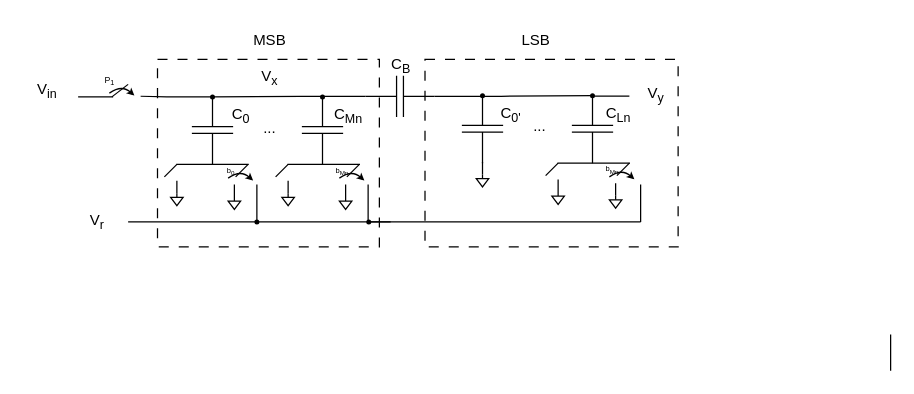
MartimAgostinho/CS-Lab1 keeps this draw.io diagram as page "Page-2" (2 of 4) of Report/Drawio/DAC.drawio. Above is the earlier version. Source tidied: cells renumbered, new cells numbered last; positions are measured from the earlier drawing's top-left corner, leaving out a move shared by most shapes. Both pictures are drawn from the tidied source at 125%, with x=0, y=0 at pixel (21, 21).
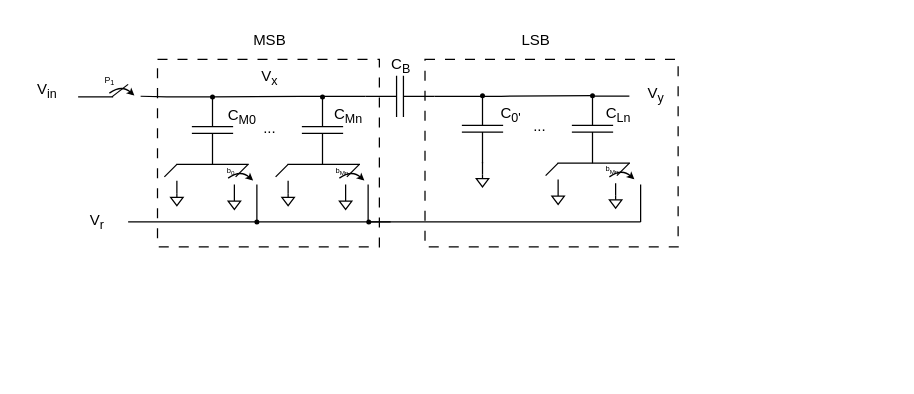
The same diagram, later.

The edit, as a diff of the source:
```diff
@@
-    <mxCell id="5" value="&lt;div&gt;C&lt;sub&gt;0&lt;/sub&gt;&lt;/div&gt;" style="text;html=1;align=center;verticalAlign=middle;strokeColor=none;fillColor=none;" parent="1" vertex="1">
-      <mxGeometry x="155" y="60" width="40" height="30" as="geometry" />
+    <mxCell id="5" value="&lt;div&gt;C&lt;sub&gt;M0&lt;/sub&gt;&lt;/div&gt;" style="text;html=1;align=center;verticalAlign=middle;strokeColor=none;fillColor=none;" parent="1" vertex="1">
+      <mxGeometry x="155" y="61" width="41" height="29" as="geometry" />
     </mxCell>
@@
-    <mxCell id="63" style="endArrow=none;edgeStyle=orthogonalEdgeStyle;rounded=0;orthogonalLoop=1;jettySize=auto;html=1;" parent="1" edge="1">
-      <mxGeometry relative="1" as="geometry">
-        <mxPoint x="695" y="279" as="sourcePoint" />
-        <mxPoint x="695" y="250" as="targetPoint" />
-      </mxGeometry>
-    </mxCell>
```
